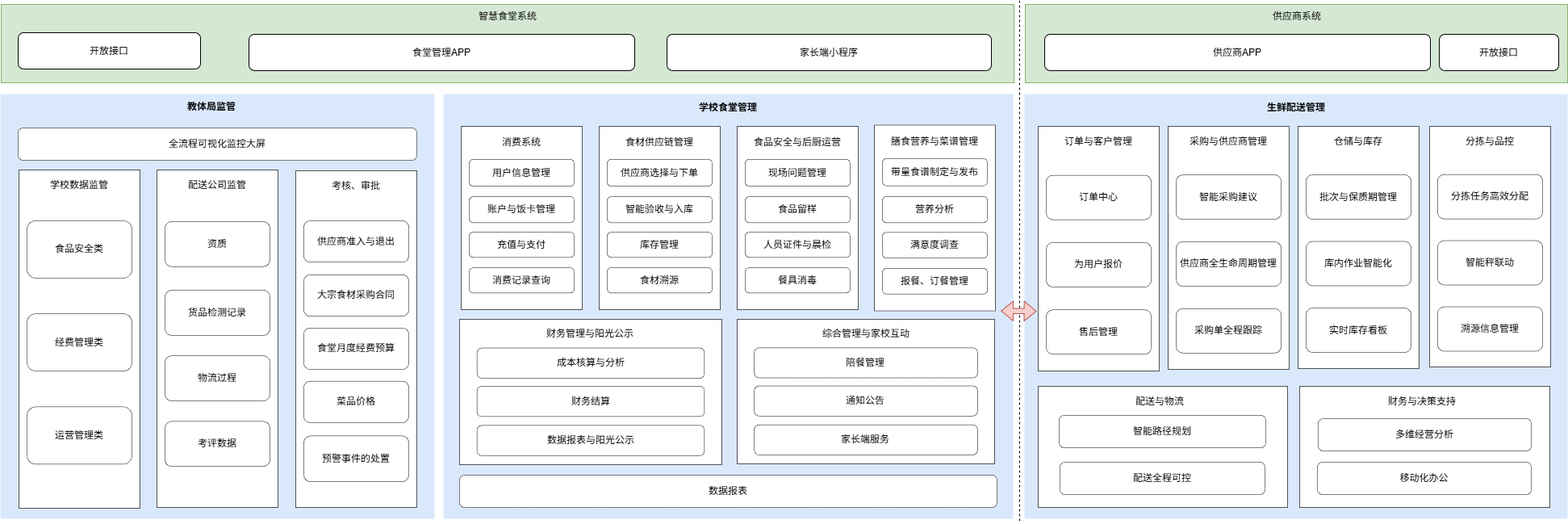
Before: 阳光食堂.drawio.png, a diagram exported from draw.io (liolay/draw). Source tidied: cells renumbered, new cells last; positions are measured from the earlier drawing's top-left corner, leaving out a move shared by most shapes.
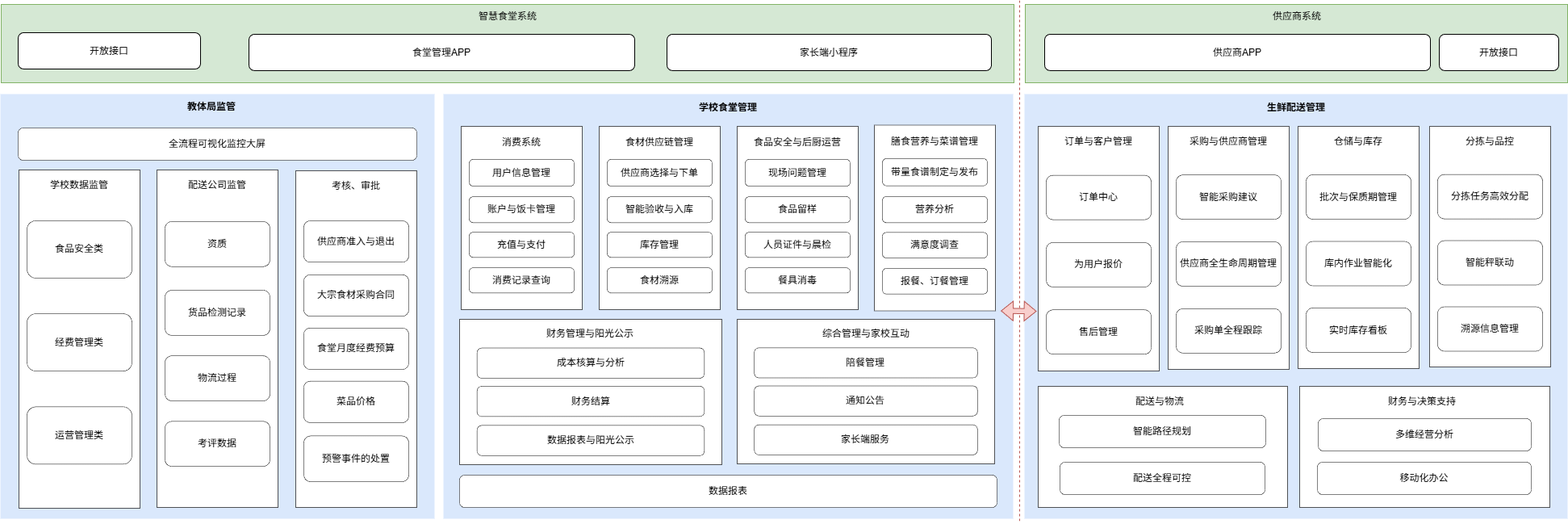
After the change.

Commit message:
更新阳光食堂.drawio.png

Change to the diagram source:
```diff
@@ -323,7 +323,7 @@
     <mxCell id="108" value="开放接口" style="rounded=1;whiteSpace=wrap;html=1;" parent="1" vertex="1">
       <mxGeometry x="1783" y="42" width="148" height="45" as="geometry" />
     </mxCell>
-    <mxCell id="109" style="endArrow=none;dashed=1;html=1;rounded=0;" parent="1" edge="1">
+    <mxCell id="109" style="endArrow=none;dashed=1;html=1;rounded=0;fillColor=#f8cecc;strokeColor=#b85450;" parent="1" edge="1">
       <mxGeometry relative="1" as="geometry">
         <mxPoint x="1263" as="sourcePoint" />
         <mxPoint x="1263" y="647" as="targetPoint" />
```
